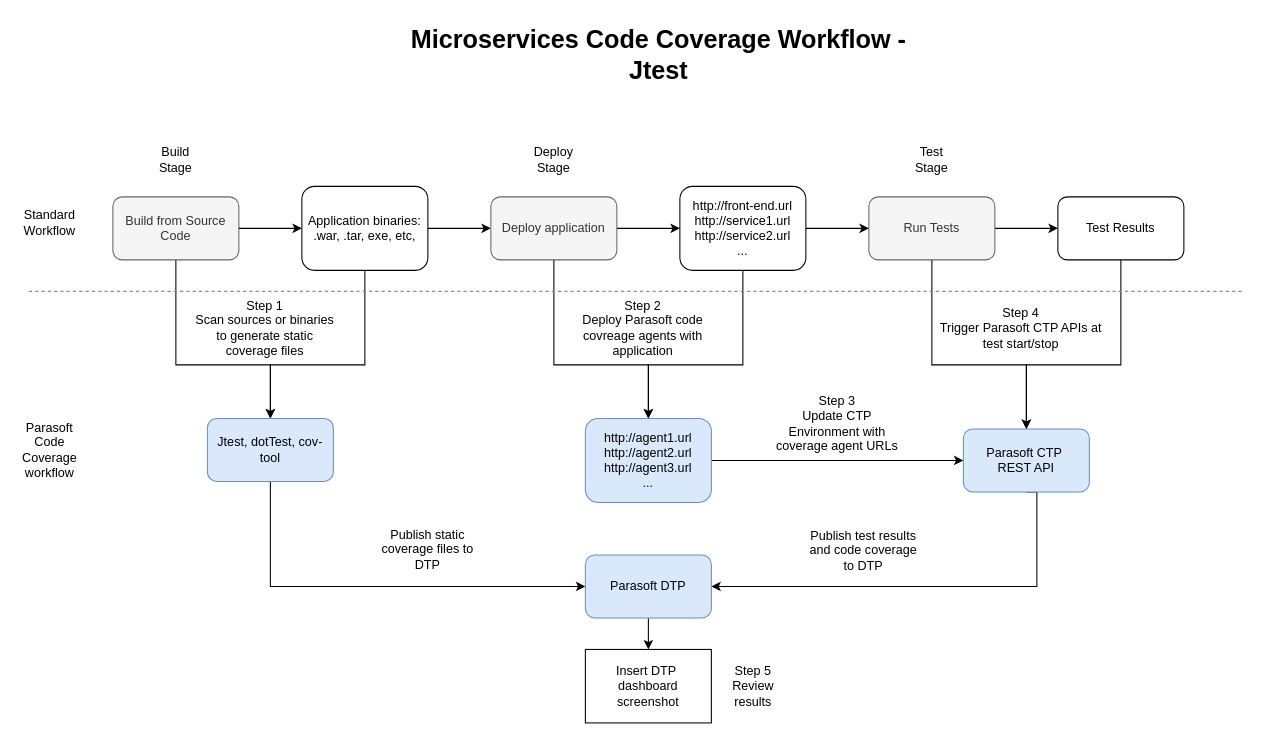
The draw.io diagram CCMS-generic-tia.drawio in gtrofimov/draw-io-projects, before the edit. Source tidied: cells renumbered, new cells numbered last; positions are measured from the earlier drawing's top-left corner, leaving out a move shared by most shapes. Both pictures are drawn from the tidied source at 105%, with x=0, y=0 at pixel (18, 18).
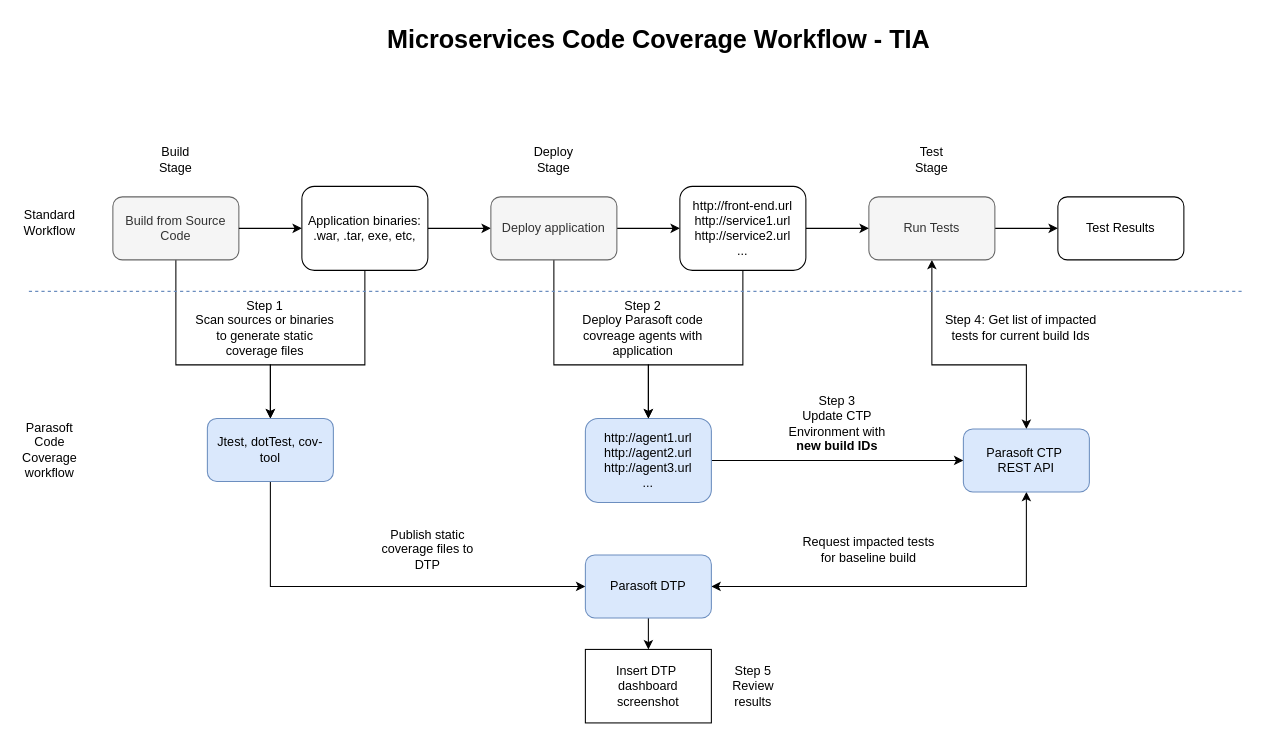
After the change.

Unchanged cells that the change refers to:
```xml
<mxCell id="13" value="Run Tests" style="rounded=1;whiteSpace=wrap;html=1;fillColor=#f5f5f5;strokeColor=#666666;fontColor=#333333;" parent="1" vertex="1">
  <mxGeometry x="810" y="170" width="120" height="60" as="geometry" />
</mxCell>
<mxCell id="21" value="&lt;div&gt;Parasoft CTP&amp;nbsp;&lt;/div&gt;&lt;div&gt;REST API&lt;/div&gt;" style="rounded=1;whiteSpace=wrap;html=1;fillColor=#dae8fc;strokeColor=#6c8ebf;" parent="1" vertex="1">
  <mxGeometry x="900" y="391" width="120" height="60" as="geometry" />
</mxCell>
<mxCell id="23" value="Parasoft DTP" style="rounded=1;whiteSpace=wrap;html=1;fillColor=#dae8fc;strokeColor=#6c8ebf;" parent="1" vertex="1">
  <mxGeometry x="540" y="511" width="120" height="60" as="geometry" />
</mxCell>
<mxCell id="35" value="Test Results" style="rounded=1;whiteSpace=wrap;html=1;" parent="1" vertex="1">
  <mxGeometry x="990" y="170" width="120" height="60" as="geometry" />
</mxCell>
```

Change to the diagram source:
```diff
@@
-    <mxCell id="11" style="edgeStyle=orthogonalEdgeStyle;rounded=0;jettySize=auto;html=1;entryX=0.5;entryY=0;entryDx=0;entryDy=0;" parent="1" edge="1" source="13" target="21">
+    <mxCell id="11" style="edgeStyle=orthogonalEdgeStyle;rounded=0;jettySize=auto;html=1;entryX=0.5;entryY=0;entryDx=0;entryDy=0;startArrow=classic;startFill=1;" parent="1" edge="1" source="13" target="21">
       <mxGeometry relative="1" as="geometry">
         <Array as="points">
           <mxPoint x="870" y="330" />
           <mxPoint x="960" y="330" />
         </Array>
       </mxGeometry>
     </mxCell>
@@
-    <mxCell id="20" style="edgeStyle=orthogonalEdgeStyle;rounded=0;jettySize=auto;html=1;entryX=1;entryY=0.5;entryDx=0;entryDy=0;exitX=0.5;exitY=1;exitDx=0;exitDy=0;" parent="1" edge="1" source="21" target="23">
+    <mxCell id="20" style="edgeStyle=orthogonalEdgeStyle;rounded=0;jettySize=auto;html=1;entryX=1;entryY=0.5;entryDx=0;entryDy=0;exitX=0.5;exitY=1;exitDx=0;exitDy=0;startArrow=classic;startFill=1;" parent="1" edge="1" source="21" target="23">
       <mxGeometry relative="1" as="geometry">
         <Array as="points">
-          <mxPoint x="970" y="541" />
+          <mxPoint x="960" y="541" />
         </Array>
       </mxGeometry>
     </mxCell>
@@
-    <mxCell id="24" value="Publish test results and code coverage to DTP" style="text;html=1;align=center;verticalAlign=middle;whiteSpace=wrap;rounded=0;" parent="1" vertex="1">
-      <mxGeometry x="750" y="492" width="110" height="30" as="geometry" />
+    <mxCell id="24" value="Request impacted tests for baseline build" style="text;html=1;align=center;verticalAlign=middle;whiteSpace=wrap;rounded=0;" parent="1" vertex="1">
+      <mxGeometry x="745" y="491" width="130" height="30" as="geometry" />
     </mxCell>
@@
-    <mxCell id="26" value="&lt;h1 style=&quot;margin-top: 0px;&quot;&gt;Microservices Code Coverage Workflow - Jtest&lt;/h1&gt;" style="text;html=1;whiteSpace=wrap;overflow=hidden;rounded=0;align=center;" parent="1" vertex="1">
+    <mxCell id="26" value="&lt;h1 style=&quot;margin-top: 0px;&quot;&gt;Microservices Code Coverage Workflow - TIA&lt;/h1&gt;" style="text;html=1;whiteSpace=wrap;overflow=hidden;rounded=0;align=center;" parent="1" vertex="1">
       <mxGeometry x="345" width="530" height="70" as="geometry" />
     </mxCell>
@@
-    <mxCell id="28" value="Step 3&lt;div&gt;&lt;span style=&quot;background-color: initial;&quot;&gt;Update CTP Environment with coverage agent URLs&lt;/span&gt;&lt;/div&gt;" style="text;html=1;align=center;verticalAlign=middle;whiteSpace=wrap;rounded=0;" parent="1" vertex="1">
+    <mxCell id="28" value="Step 3&lt;div&gt;&lt;span style=&quot;background-color: initial;&quot;&gt;Update CTP Environment with &lt;b&gt;new build IDs&lt;/b&gt;&lt;/span&gt;&lt;/div&gt;" style="text;html=1;align=center;verticalAlign=middle;whiteSpace=wrap;rounded=0;" parent="1" vertex="1">
       <mxGeometry x="720" y="371" width="120" height="30" as="geometry" />
     </mxCell>
@@
-    <mxCell id="34" style="edgeStyle=orthogonalEdgeStyle;rounded=0;jettySize=auto;html=1;entryX=0.5;entryY=0;entryDx=0;entryDy=0;" parent="1" edge="1" source="35" target="21">
-      <mxGeometry relative="1" as="geometry">
-        <Array as="points">
-          <mxPoint x="1050" y="330" />
-          <mxPoint x="960" y="330" />
-        </Array>
-      </mxGeometry>
-    </mxCell>
@@
-    <mxCell id="37" value="Step 4&lt;div&gt;Trigger Parasoft CTP APIs at test start/stop&lt;/div&gt;" style="text;html=1;align=center;verticalAlign=middle;whiteSpace=wrap;rounded=0;" parent="1" vertex="1">
+    <mxCell id="37" value="Step 4: Get list of impacted tests for current build Ids" style="text;html=1;align=center;verticalAlign=middle;whiteSpace=wrap;rounded=0;" parent="1" vertex="1">
       <mxGeometry x="875" y="280" width="160" height="30" as="geometry" />
     </mxCell>
```
